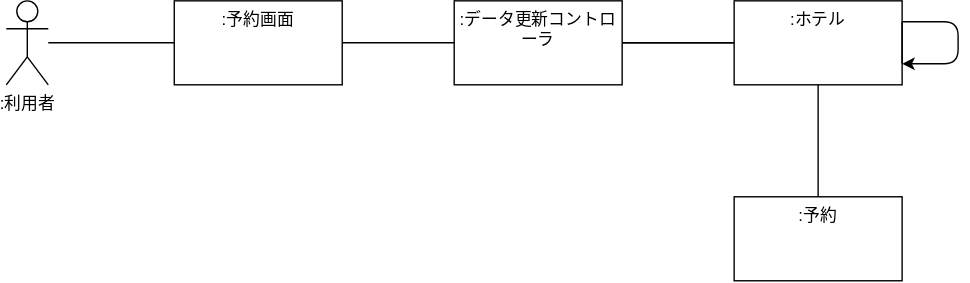
takashun/uml_intro keeps this draw.io diagram as 演習５-2_CD_予約登録削除.drawio.svg. Above is the earlier version. Source tidied: cells renumbered, new cells last; positions are measured from the earlier drawing's top-left corner, leaving out a move shared by most shapes. The source it was exported from:
```xml
<mxGraphModel>
  <root>
    <mxCell id="0" />
    <mxCell id="1" parent="0" />
    <mxCell id="2" style="edgeStyle=none;html=1;endArrow=none;endFill=0;" parent="1" edge="1" source="3" target="5">
      <mxGeometry relative="1" as="geometry" />
    </mxCell>
    <mxCell id="3" value=":利用者" style="shape=umlActor;verticalLabelPosition=bottom;verticalAlign=top;html=1;outlineConnect=0;" parent="1" vertex="1">
      <mxGeometry width="30" height="60" as="geometry" />
    </mxCell>
    <mxCell id="4" style="edgeStyle=none;html=1;endArrow=none;endFill=0;" parent="1" edge="1" source="5" target="8">
      <mxGeometry relative="1" as="geometry" />
    </mxCell>
    <mxCell id="5" value=":予約画面" style="whiteSpace=wrap;html=1;verticalAlign=top;" parent="1" vertex="1">
      <mxGeometry x="120" width="120" height="60" as="geometry" />
    </mxCell>
    <mxCell id="6" style="edgeStyle=none;html=1;" parent="1" edge="1" source="8">
      <mxGeometry relative="1" as="geometry">
        <mxPoint x="530" y="30" as="targetPoint" />
      </mxGeometry>
    </mxCell>
    <mxCell id="7" style="edgeStyle=none;html=1;endArrow=none;endFill=0;" parent="1" edge="1" source="8" target="10">
      <mxGeometry relative="1" as="geometry" />
    </mxCell>
    <mxCell id="8" value=":データ更新コントローラ" style="whiteSpace=wrap;html=1;verticalAlign=top;" parent="1" vertex="1">
      <mxGeometry x="320" width="120" height="60" as="geometry" />
    </mxCell>
    <mxCell id="9" style="edgeStyle=none;html=1;endArrow=none;endFill=0;" parent="1" edge="1" source="10" target="11">
      <mxGeometry relative="1" as="geometry" />
    </mxCell>
    <mxCell id="10" value=":ホテル" style="whiteSpace=wrap;html=1;verticalAlign=top;" parent="1" vertex="1">
      <mxGeometry x="520" width="120" height="60" as="geometry" />
    </mxCell>
    <mxCell id="11" value=":予約" style="whiteSpace=wrap;html=1;verticalAlign=top;" parent="1" vertex="1">
      <mxGeometry x="520" y="140" width="120" height="60" as="geometry" />
    </mxCell>
    <mxCell id="12" style="edgeStyle=none;html=1;exitX=1;exitY=0.25;exitDx=0;exitDy=0;entryX=1;entryY=0.75;entryDx=0;entryDy=0;endArrow=none;endFill=0;" parent="1" edge="1" source="10" target="10">
      <mxGeometry relative="1" as="geometry" />
    </mxCell>
    <mxCell id="13" style="edgeStyle=none;html=1;exitX=1;exitY=0.75;exitDx=0;exitDy=0;entryX=1;entryY=0.25;entryDx=0;entryDy=0;startArrow=classic;startFill=1;endArrow=none;endFill=0;" parent="1" edge="1" source="10" target="10">
      <mxGeometry relative="1" as="geometry">
        <Array as="points">
          <mxPoint x="680" y="45" />
          <mxPoint x="680" y="15" />
        </Array>
      </mxGeometry>
    </mxCell>
  </root>
</mxGraphModel>
```
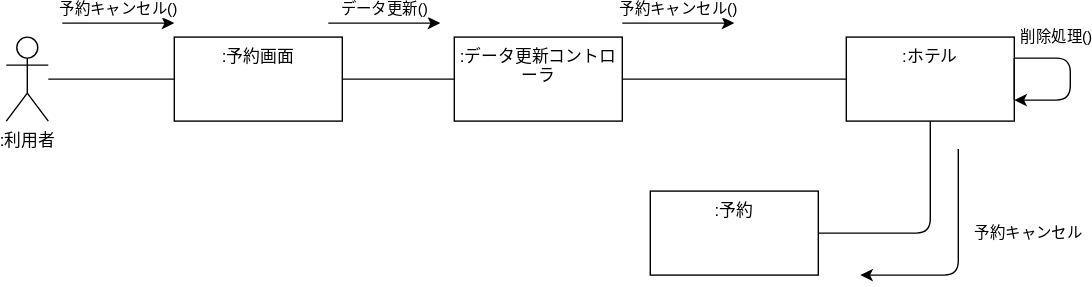
After the commit.

Diff of the diagram source:
```diff
@@ -14,36 +14,66 @@
     <mxCell id="5" value=":予約画面" style="whiteSpace=wrap;html=1;verticalAlign=top;" parent="1" vertex="1">
       <mxGeometry x="120" width="120" height="60" as="geometry" />
     </mxCell>
-    <mxCell id="6" style="edgeStyle=none;html=1;" parent="1" edge="1" source="8">
-      <mxGeometry relative="1" as="geometry">
-        <mxPoint x="530" y="30" as="targetPoint" />
-      </mxGeometry>
-    </mxCell>
     <mxCell id="7" style="edgeStyle=none;html=1;endArrow=none;endFill=0;" parent="1" edge="1" source="8" target="10">
-      <mxGeometry relative="1" as="geometry" />
+      <mxGeometry relative="1" as="geometry">
+        <Array as="points">
+          <mxPoint x="600" y="30" />
+        </Array>
+      </mxGeometry>
     </mxCell>
     <mxCell id="8" value=":データ更新コントローラ" style="whiteSpace=wrap;html=1;verticalAlign=top;" parent="1" vertex="1">
       <mxGeometry x="320" width="120" height="60" as="geometry" />
     </mxCell>
     <mxCell id="9" style="edgeStyle=none;html=1;endArrow=none;endFill=0;" parent="1" edge="1" source="10" target="11">
-      <mxGeometry relative="1" as="geometry" />
+      <mxGeometry relative="1" as="geometry">
+        <Array as="points">
+          <mxPoint x="660" y="140" />
+        </Array>
+      </mxGeometry>
     </mxCell>
     <mxCell id="10" value=":ホテル" style="whiteSpace=wrap;html=1;verticalAlign=top;" parent="1" vertex="1">
-      <mxGeometry x="520" width="120" height="60" as="geometry" />
+      <mxGeometry x="600" width="120" height="60" as="geometry" />
     </mxCell>
     <mxCell id="11" value=":予約" style="whiteSpace=wrap;html=1;verticalAlign=top;" parent="1" vertex="1">
-      <mxGeometry x="520" y="140" width="120" height="60" as="geometry" />
+      <mxGeometry x="460" y="110" width="120" height="60" as="geometry" />
     </mxCell>
     <mxCell id="12" style="edgeStyle=none;html=1;exitX=1;exitY=0.25;exitDx=0;exitDy=0;entryX=1;entryY=0.75;entryDx=0;entryDy=0;endArrow=none;endFill=0;" parent="1" edge="1" source="10" target="10">
       <mxGeometry relative="1" as="geometry" />
     </mxCell>
-    <mxCell id="13" style="edgeStyle=none;html=1;exitX=1;exitY=0.75;exitDx=0;exitDy=0;entryX=1;entryY=0.25;entryDx=0;entryDy=0;startArrow=classic;startFill=1;endArrow=none;endFill=0;" parent="1" edge="1" source="10" target="10">
-      <mxGeometry relative="1" as="geometry">
+    <mxCell id="13" value="削除処理()" style="edgeStyle=none;html=1;exitX=1;exitY=0.75;exitDx=0;exitDy=0;entryX=1;entryY=0.25;entryDx=0;entryDy=0;startArrow=classic;startFill=1;endArrow=none;endFill=0;" parent="1" edge="1" source="10" target="10">
+      <mxGeometry x="0.45" y="-15" relative="1" as="geometry">
         <Array as="points">
-          <mxPoint x="680" y="45" />
-          <mxPoint x="680" y="15" />
+          <mxPoint x="760" y="45" />
+          <mxPoint x="760" y="15" />
         </Array>
       </mxGeometry>
     </mxCell>
+    <mxCell id="14" value="予約キャンセル()" style="endArrow=classic;html=1;" parent="1" edge="1">
+      <mxGeometry y="10" relative="1" as="geometry">
+        <mxPoint x="40" y="-10" as="sourcePoint" />
+        <mxPoint x="120" y="-10" as="targetPoint" />
+      </mxGeometry>
+    </mxCell>
+    <mxCell id="15" value="予約キャンセル" style="endArrow=classic;html=1;" parent="1" edge="1">
+      <mxGeometry x="-0.25" y="50" relative="1" as="geometry">
+        <mxPoint x="680" y="80" as="sourcePoint" />
+        <mxPoint x="610" y="170" as="targetPoint" />
+        <Array as="points">
+          <mxPoint x="680" y="170" />
+        </Array>
+      </mxGeometry>
+    </mxCell>
+    <mxCell id="16" value="データ更新()" style="endArrow=classic;html=1;" parent="1" edge="1">
+      <mxGeometry y="10" relative="1" as="geometry">
+        <mxPoint x="230" y="-10" as="sourcePoint" />
+        <mxPoint x="310" y="-10" as="targetPoint" />
+      </mxGeometry>
+    </mxCell>
+    <mxCell id="17" value="予約キャンセル()" style="endArrow=classic;html=1;" parent="1" edge="1">
+      <mxGeometry y="10" relative="1" as="geometry">
+        <mxPoint x="440" y="-10" as="sourcePoint" />
+        <mxPoint x="520" y="-10" as="targetPoint" />
+      </mxGeometry>
+    </mxCell>
   </root>
 </mxGraphModel>
```
